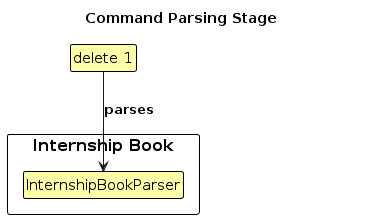
AY2324S1-CS2103T-W17-1/tp keeps this PlantUML diagram as diagrams/DeleteCommandParse.png. Above is the earlier version. Its source is kept beside it as diagrams/DeleteCommandParse.puml.
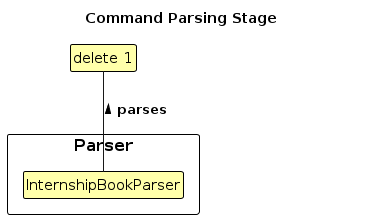
Later version of the same file.

Diff of the diagram source:
```diff
@@ -6,7 +6,7 @@
 
 title Command Parsing Stage
 
-package "Internship Book" {
+package "Parser" {
     class InternshipBookParser as "InternshipBookParser"
 }
 
@@ -20,6 +20,6 @@
 
 class UserInput as "delete 1"
 
-UserInput -down-> InternshipBookParser : parses
+UserInput -down- InternshipBookParser : < parses
 
 @enduml
```
